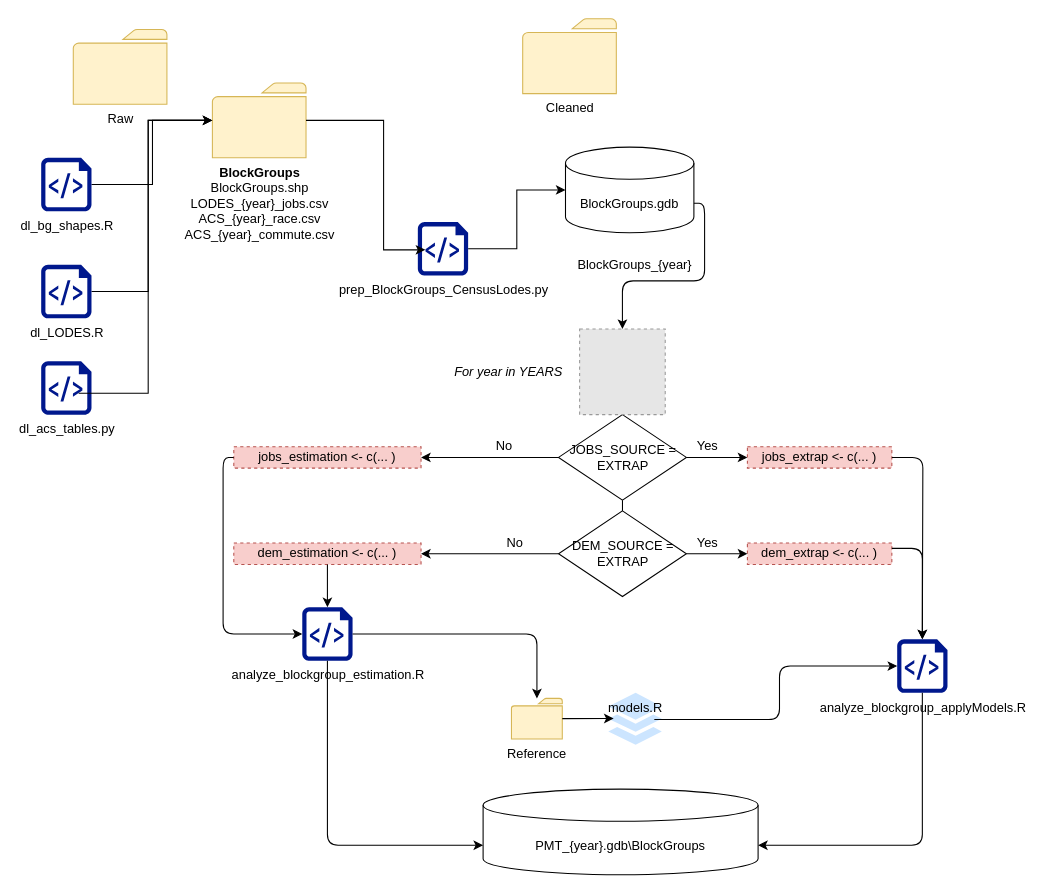
renaissanceplanning/Miami-TOD-PMT keeps this draw.io diagram as page "BG_Exrapolation" (3 of 3) of process_diagrams.drawio. Above is the earlier version. Source tidied: cells renumbered, new cells numbered last; positions are measured from the earlier drawing's top-left corner, leaving out a move shared by most shapes. Both pictures are drawn from the tidied source at 107%, with x=0, y=0 at pixel (41, 18). Pictures stored in the file or linked from it are replaced by grey dashed boxes.
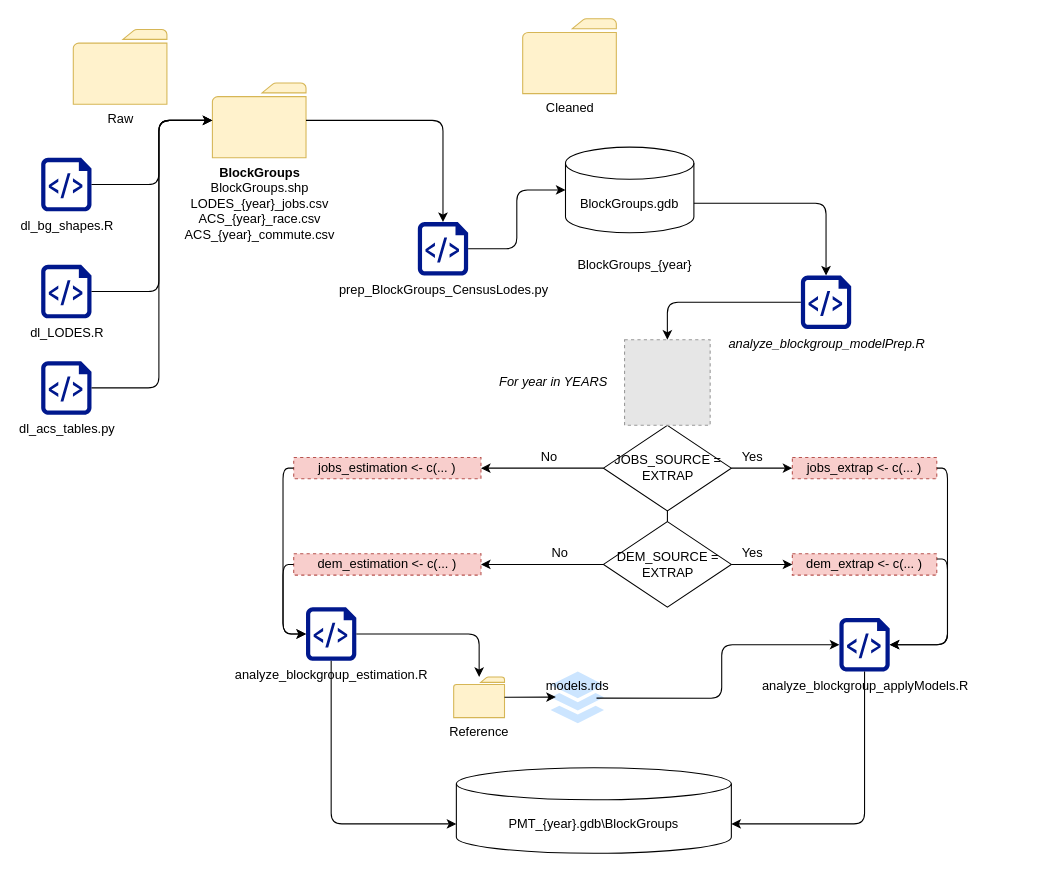
Above is the later version.

The change refers to these unchanged cells:
```xml
<mxCell id="3" value="&lt;div&gt;&lt;b&gt;BlockGroups&lt;/b&gt;&lt;/div&gt;&lt;div&gt;BlockGroups.shp&lt;/div&gt;&lt;div&gt;LODES_{year}_jobs.csv&lt;/div&gt;&lt;div&gt;ACS_{year}_race.csv&lt;/div&gt;&lt;div&gt;ACS_{year}_commute.csv&lt;br&gt;&lt;/div&gt;" style="shadow=0;dashed=0;html=1;labelPosition=center;verticalLabelPosition=bottom;verticalAlign=top;outlineConnect=0;align=center;shape=mxgraph.office.concepts.folder;fillColor=#fff2cc;strokeColor=#d6b656;" parent="1" vertex="1">
  <mxGeometry x="160" y="60" width="87.5" height="70" as="geometry" />
</mxCell>
<mxCell id="4" value="dl_acs_tables.py" style="shadow=0;dashed=0;html=1;strokeColor=none;labelPosition=center;verticalLabelPosition=bottom;verticalAlign=top;align=center;fillColor=#00188D;shape=mxgraph.azure.script_file;" parent="1" vertex="1">
  <mxGeometry y="320" width="47" height="50" as="geometry" />
</mxCell>
<mxCell id="6" value="dl_LODES.R" style="shadow=0;dashed=0;html=1;strokeColor=none;labelPosition=center;verticalLabelPosition=bottom;verticalAlign=top;align=center;fillColor=#00188D;shape=mxgraph.azure.script_file;" parent="1" vertex="1">
  <mxGeometry y="230" width="47" height="50" as="geometry" />
</mxCell>
<mxCell id="8" value="dl_bg_shapes.R" style="shadow=0;dashed=0;html=1;strokeColor=none;labelPosition=center;verticalLabelPosition=bottom;verticalAlign=top;align=center;fillColor=#00188D;shape=mxgraph.azure.script_file;" parent="1" vertex="1">
  <mxGeometry y="130" width="47" height="50" as="geometry" />
</mxCell>
<mxCell id="11" value="BlockGroups.gdb" style="shape=cylinder3;whiteSpace=wrap;html=1;boundedLbl=1;backgroundOutline=1;size=15;" parent="1" vertex="1">
  <mxGeometry x="490" y="120" width="120" height="80" as="geometry" />
</mxCell>
<mxCell id="14" value="prep_BlockGroups_CensusLodes.py" style="shadow=0;dashed=0;html=1;strokeColor=none;labelPosition=center;verticalLabelPosition=bottom;verticalAlign=top;align=center;fillColor=#00188D;shape=mxgraph.azure.script_file;" parent="1" vertex="1">
  <mxGeometry x="352" y="190" width="47" height="50" as="geometry" />
</mxCell>
```

The edit, as a diff of the source:
```diff
@@
-    <mxCell id="5" style="edgeStyle=orthogonalEdgeStyle;rounded=0;jettySize=auto;html=1;exitX=1;exitY=0.5;exitDx=0;exitDy=0;exitPerimeter=0;" parent="1" edge="1" source="6" target="3">
-      <mxGeometry relative="1" as="geometry">
-        <Array as="points">
-          <mxPoint x="100" y="255" />
-          <mxPoint x="100" y="95" />
-        </Array>
-      </mxGeometry>
-    </mxCell>
@@
-    <mxCell id="7" style="edgeStyle=orthogonalEdgeStyle;rounded=0;jettySize=auto;html=1;exitX=1;exitY=0.5;exitDx=0;exitDy=0;exitPerimeter=0;" parent="1" edge="1" source="8" target="3">
-      <mxGeometry relative="1" as="geometry">
-        <Array as="points">
-          <mxPoint x="104" y="155" />
-          <mxPoint x="104" y="95" />
-        </Array>
-      </mxGeometry>
-    </mxCell>
@@
-    <mxCell id="9" style="edgeStyle=orthogonalEdgeStyle;rounded=0;jettySize=auto;html=1;exitX=0.745;exitY=0.6;exitDx=0;exitDy=0;exitPerimeter=0;" parent="1" edge="1" source="4" target="3">
-      <mxGeometry relative="1" as="geometry">
-        <Array as="points">
-          <mxPoint x="100" y="350" />
-          <mxPoint x="100" y="95" />
-        </Array>
-      </mxGeometry>
-    </mxCell>
@@
-    <mxCell id="13" style="edgeStyle=orthogonalEdgeStyle;rounded=0;jettySize=auto;html=1;exitX=1;exitY=0.5;exitDx=0;exitDy=0;exitPerimeter=0;entryX=0;entryY=0.5;entryDx=0;entryDy=0;entryPerimeter=0;" parent="1" edge="1" source="14" target="11">
-      <mxGeometry relative="1" as="geometry" />
-    </mxCell>
@@
-    <mxCell id="15" style="edgeStyle=orthogonalEdgeStyle;rounded=0;jettySize=auto;html=1;entryX=0.149;entryY=0.52;entryDx=0;entryDy=0;entryPerimeter=0;" parent="1" edge="1" source="3" target="14">
-      <mxGeometry relative="1" as="geometry">
-        <Array as="points">
-          <mxPoint x="320" y="95" />
-          <mxPoint x="320" y="216" />
-        </Array>
-      </mxGeometry>
-    </mxCell>
     <mxCell id="16" value="PMT_{year}.gdb\BlockGroups" style="shape=cylinder3;whiteSpace=wrap;html=1;boundedLbl=1;backgroundOutline=1;size=15;" parent="1" vertex="1">
-      <mxGeometry x="413" y="720" width="257" height="80" as="geometry" />
+      <mxGeometry x="388" y="700" width="257" height="80" as="geometry" />
     </mxCell>
     <mxCell id="17" value="analyze_blockgroup_estimation.R" style="shadow=0;dashed=0;html=1;strokeColor=none;labelPosition=center;verticalLabelPosition=bottom;verticalAlign=top;align=center;fillColor=#00188D;shape=mxgraph.azure.script_file;" parent="1" vertex="1">
-      <mxGeometry x="244" y="550" width="47" height="50" as="geometry" />
+      <mxGeometry x="247.5" y="550" width="47" height="50" as="geometry" />
     </mxCell>
     <mxCell id="18" value="analyze_blockgroup_applyModels.R" style="shadow=0;dashed=0;html=1;strokeColor=none;labelPosition=center;verticalLabelPosition=bottom;verticalAlign=top;align=center;fillColor=#00188D;shape=mxgraph.azure.script_file;" parent="1" vertex="1">
-      <mxGeometry x="800" y="580" width="47" height="50" as="geometry" />
+      <mxGeometry x="746" y="560" width="47" height="50" as="geometry" />
     </mxCell>
     <mxCell id="19" value="JOBS_SOURCE = EXTRAP" style="rhombus;whiteSpace=wrap;html=1;" parent="1" vertex="1">
-      <mxGeometry x="483.5" y="370" width="119.5" height="80" as="geometry" />
+      <mxGeometry x="525.5" y="380" width="119.5" height="80" as="geometry" />
     </mxCell>
     <mxCell id="20" value="DEM_SOURCE = EXTRAP" style="rhombus;whiteSpace=wrap;html=1;" parent="1" vertex="1">
-      <mxGeometry x="483.5" y="460" width="119.5" height="80" as="geometry" />
+      <mxGeometry x="525.5" y="470" width="119.5" height="80" as="geometry" />
     </mxCell>
@@
     <mxCell id="22" value="For year in YEARS" style="text;html=1;strokeColor=none;fillColor=none;align=center;verticalAlign=middle;whiteSpace=wrap;rounded=0;dashed=1;fontStyle=2;" parent="1" vertex="1">
-      <mxGeometry x="352" y="320" width="170" height="20" as="geometry" />
+      <mxGeometry x="394" y="330" width="170" height="20" as="geometry" />
     </mxCell>
     <mxCell id="23" value="jobs_estimation &amp;lt;- c(... )" style="text;html=1;strokeColor=#b85450;fillColor=#f8cecc;align=center;verticalAlign=middle;whiteSpace=wrap;rounded=0;dashed=1;" parent="1" vertex="1">
-      <mxGeometry x="180" y="400" width="175" height="20" as="geometry" />
+      <mxGeometry x="236" y="410" width="175" height="20" as="geometry" />
     </mxCell>
@@
     <mxCell id="25" value="No" style="text;html=1;strokeColor=none;fillColor=none;align=center;verticalAlign=middle;whiteSpace=wrap;rounded=0;dashed=1;" parent="1" vertex="1">
-      <mxGeometry x="423" y="480" width="40" height="20" as="geometry" />
+      <mxGeometry x="465" y="490" width="40" height="20" as="geometry" />
     </mxCell>
     <mxCell id="26" value="dem_estimation &amp;lt;- c(... )" style="text;html=1;strokeColor=#b85450;fillColor=#f8cecc;align=center;verticalAlign=middle;whiteSpace=wrap;rounded=0;dashed=1;" parent="1" vertex="1">
-      <mxGeometry x="180" y="490" width="175" height="20" as="geometry" />
+      <mxGeometry x="236" y="500" width="175" height="20" as="geometry" />
     </mxCell>
@@
     <mxCell id="28" value="No" style="text;html=1;strokeColor=none;fillColor=none;align=center;verticalAlign=middle;whiteSpace=wrap;rounded=0;dashed=1;" parent="1" vertex="1">
-      <mxGeometry x="413" y="390" width="40" height="20" as="geometry" />
+      <mxGeometry x="455" y="400" width="40" height="20" as="geometry" />
     </mxCell>
     <mxCell id="29" style="fillColor=#E6E6E6;strokeColor=#999999;dashed=1;html=1;verticalAlign=top;verticalLabelPosition=bottom;labelBackgroundColor=#ffffff;" parent="1" vertex="1">
-      <mxGeometry x="503.2" y="290" width="80" height="80" as="geometry" />
+      <mxGeometry x="545.2" y="300" width="80" height="80" as="geometry" />
     </mxCell>
-    <mxCell id="30" style="endArrow=classic;html=1;exitX=1;exitY=0;exitDx=0;exitDy=52.5;exitPerimeter=0;entryX=0.5;entryY=0;entryDx=0;entryDy=0;edgeStyle=orthogonalEdgeStyle;" parent="1" edge="1" source="11" target="29">
+    <mxCell id="30" style="endArrow=classic;html=1;exitX=1;exitY=0;exitDx=0;exitDy=52.5;exitPerimeter=0;entryX=0.5;entryY=0;entryDx=0;entryDy=0;edgeStyle=orthogonalEdgeStyle;entryPerimeter=0;" parent="1" edge="1" source="11" target="48">
       <mxGeometry relative="1" as="geometry" />
     </mxCell>
     <mxCell id="31" style="endArrow=classic;html=1;exitX=1;exitY=0.5;exitDx=0;exitDy=0;" parent="1" edge="1" source="19">
       <mxGeometry relative="1" as="geometry">
-        <mxPoint x="660" y="410" as="targetPoint" />
+        <mxPoint x="702" y="420" as="targetPoint" />
       </mxGeometry>
     </mxCell>
     <mxCell id="32" value="jobs_extrap &amp;lt;- c(... )" style="text;html=1;strokeColor=#b85450;fillColor=#f8cecc;align=center;verticalAlign=middle;whiteSpace=wrap;rounded=0;dashed=1;" parent="1" vertex="1">
-      <mxGeometry x="660" y="400" width="135" height="20" as="geometry" />
+      <mxGeometry x="702" y="410" width="135" height="20" as="geometry" />
     </mxCell>
     <mxCell id="33" value="dem_extrap &amp;lt;- c(... )" style="text;html=1;strokeColor=#b85450;fillColor=#f8cecc;align=center;verticalAlign=middle;whiteSpace=wrap;rounded=0;dashed=1;" parent="1" vertex="1">
-      <mxGeometry x="660" y="490" width="135" height="20" as="geometry" />
+      <mxGeometry x="702" y="500" width="135" height="20" as="geometry" />
     </mxCell>
@@
     <mxCell id="35" value="Yes" style="text;html=1;strokeColor=none;fillColor=none;align=center;verticalAlign=middle;whiteSpace=wrap;rounded=0;dashed=1;" parent="1" vertex="1">
-      <mxGeometry x="603" y="390" width="40" height="20" as="geometry" />
+      <mxGeometry x="645" y="400" width="40" height="20" as="geometry" />
     </mxCell>
     <mxCell id="36" value="Yes" style="text;html=1;strokeColor=none;fillColor=none;align=center;verticalAlign=middle;whiteSpace=wrap;rounded=0;dashed=1;" parent="1" vertex="1">
-      <mxGeometry x="603" y="480" width="40" height="20" as="geometry" />
+      <mxGeometry x="645" y="490" width="40" height="20" as="geometry" />
     </mxCell>
-    <mxCell id="37" style="endArrow=classic;html=1;exitX=0.5;exitY=1;exitDx=0;exitDy=0;entryX=0.5;entryY=0;entryDx=0;entryDy=0;entryPerimeter=0;" parent="1" edge="1" source="26" target="17">
+    <mxCell id="37" style="endArrow=classic;html=1;exitX=0;exitY=0.5;exitDx=0;exitDy=0;entryX=0;entryY=0.5;entryDx=0;entryDy=0;entryPerimeter=0;edgeStyle=orthogonalEdgeStyle;" parent="1" edge="1" source="26" target="17">
       <mxGeometry relative="1" as="geometry" />
     </mxCell>
@@
     <mxCell id="39" value="Reference" style="shadow=0;dashed=0;html=1;labelPosition=center;verticalLabelPosition=bottom;verticalAlign=top;outlineConnect=0;align=center;shape=mxgraph.office.concepts.folder;fillColor=#fff2cc;strokeColor=#d6b656;" parent="1" vertex="1">
-      <mxGeometry x="439.5" y="635.2" width="47.5" height="38" as="geometry" />
+      <mxGeometry x="385.5" y="615.2" width="47.5" height="38" as="geometry" />
     </mxCell>
-    <mxCell id="40" value="models.R" style="html=1;strokeColor=none;shadow=0;align=center;verticalAlign=top;shape=mxgraph.gcp2.files;dashed=1;fillColor=#CCE5FF;" parent="1" vertex="1">
-      <mxGeometry x="530" y="630" width="50" height="48.5" as="geometry" />
+    <mxCell id="40" value="models.rds" style="html=1;strokeColor=none;shadow=0;align=center;verticalAlign=top;shape=mxgraph.gcp2.files;dashed=1;fillColor=#CCE5FF;" parent="1" vertex="1">
+      <mxGeometry x="476" y="610" width="50" height="48.5" as="geometry" />
     </mxCell>
@@
-    <mxCell id="44" style="endArrow=classic;html=1;exitX=1;exitY=0.25;exitDx=0;exitDy=0;entryX=0.5;entryY=0;entryDx=0;entryDy=0;entryPerimeter=0;edgeStyle=orthogonalEdgeStyle;" parent="1" edge="1" source="33" target="18">
+    <mxCell id="44" style="endArrow=classic;html=1;exitX=1;exitY=0.25;exitDx=0;exitDy=0;edgeStyle=orthogonalEdgeStyle;entryX=1;entryY=0.5;entryDx=0;entryDy=0;entryPerimeter=0;" parent="1" edge="1" source="33" target="18">
       <mxGeometry relative="1" as="geometry" />
     </mxCell>
-    <mxCell id="45" style="endArrow=classic;html=1;exitX=1;exitY=0.5;exitDx=0;exitDy=0;entryX=0.5;entryY=0;entryDx=0;entryDy=0;entryPerimeter=0;edgeStyle=orthogonalEdgeStyle;" parent="1" edge="1" source="32">
-      <mxGeometry relative="1" as="geometry">
-        <mxPoint x="823.5" y="580" as="targetPoint" />
-      </mxGeometry>
+    <mxCell id="45" style="endArrow=classic;html=1;exitX=1;exitY=0.5;exitDx=0;exitDy=0;entryX=1;entryY=0.5;entryDx=0;entryDy=0;entryPerimeter=0;edgeStyle=orthogonalEdgeStyle;" parent="1" edge="1" source="32" target="18">
+      <mxGeometry relative="1" as="geometry" />
     </mxCell>
@@
+    <mxCell id="9" style="endArrow=classic;html=1;exitX=1;exitY=0.5;exitDx=0;exitDy=0;exitPerimeter=0;edgeStyle=orthogonalEdgeStyle;" parent="1" edge="1" source="4" target="3">
+      <mxGeometry relative="1" as="geometry">
+        <Array as="points">
+          <mxPoint x="110" y="345" />
+          <mxPoint x="110" y="95" />
+        </Array>
+      </mxGeometry>
+    </mxCell>
+    <mxCell id="5" style="endArrow=classic;html=1;exitX=1;exitY=0.5;exitDx=0;exitDy=0;exitPerimeter=0;edgeStyle=orthogonalEdgeStyle;" parent="1" edge="1" source="6" target="3">
+      <mxGeometry relative="1" as="geometry">
+        <Array as="points">
+          <mxPoint x="110" y="255" />
+          <mxPoint x="110" y="95" />
+        </Array>
+      </mxGeometry>
+    </mxCell>
+    <mxCell id="7" style="endArrow=classic;html=1;exitX=1;exitY=0.5;exitDx=0;exitDy=0;exitPerimeter=0;edgeStyle=orthogonalEdgeStyle;" parent="1" edge="1" source="8" target="3">
+      <mxGeometry relative="1" as="geometry">
+        <Array as="points">
+          <mxPoint x="110" y="155" />
+          <mxPoint x="110" y="95" />
+        </Array>
+      </mxGeometry>
+    </mxCell>
+    <mxCell id="15" style="endArrow=classic;html=1;entryX=0.5;entryY=0;entryDx=0;entryDy=0;entryPerimeter=0;edgeStyle=orthogonalEdgeStyle;" parent="1" edge="1" source="3" target="14">
+      <mxGeometry relative="1" as="geometry" />
+    </mxCell>
+    <mxCell id="13" style="endArrow=classic;html=1;exitX=1;exitY=0.5;exitDx=0;exitDy=0;exitPerimeter=0;entryX=0;entryY=0.5;entryDx=0;entryDy=0;entryPerimeter=0;edgeStyle=orthogonalEdgeStyle;" parent="1" edge="1" source="14" target="11">
+      <mxGeometry relative="1" as="geometry" />
+    </mxCell>
+    <mxCell id="48" value="analyze_blockgroup_modelPrep.R" style="shadow=0;dashed=0;html=1;strokeColor=none;labelPosition=center;verticalLabelPosition=bottom;verticalAlign=top;align=center;fillColor=#00188D;shape=mxgraph.azure.script_file;fontStyle=2;" parent="1" vertex="1">
+      <mxGeometry x="710" y="240" width="47" height="50" as="geometry" />
+    </mxCell>
+    <mxCell id="49" style="endArrow=classic;html=1;exitX=0;exitY=0.5;exitDx=0;exitDy=0;exitPerimeter=0;edgeStyle=orthogonalEdgeStyle;" parent="1" edge="1" source="48" target="29">
+      <mxGeometry relative="1" as="geometry" />
+    </mxCell>
```
